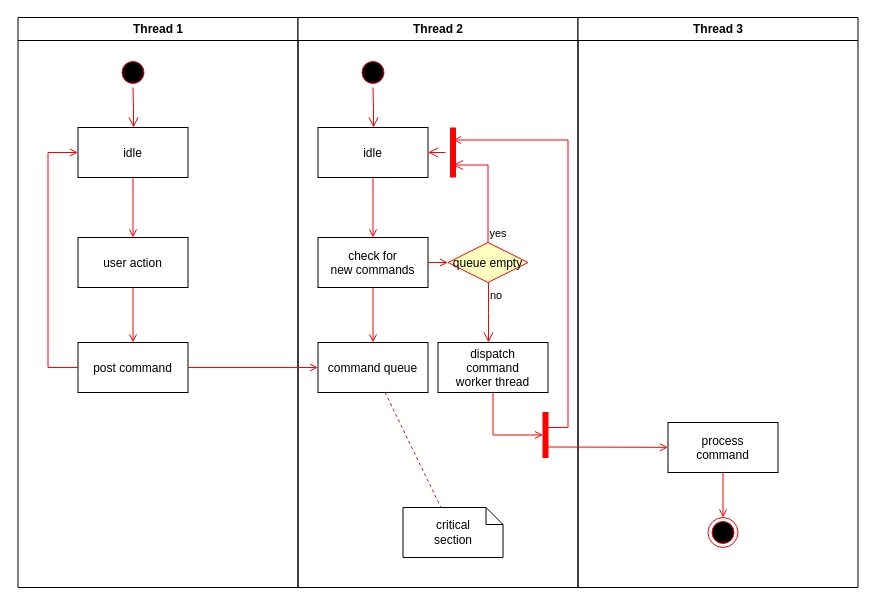
Before: 图表联动事件流程.drawio in hesiwei/diagrams, a draw.io diagram. Source tidied: cells renumbered, new cells numbered last; positions are measured from the earlier drawing's top-left corner, leaving out a move shared by most shapes. Both pictures are drawn from the tidied source at 100%, with x=0, y=0 at pixel (17, 17).
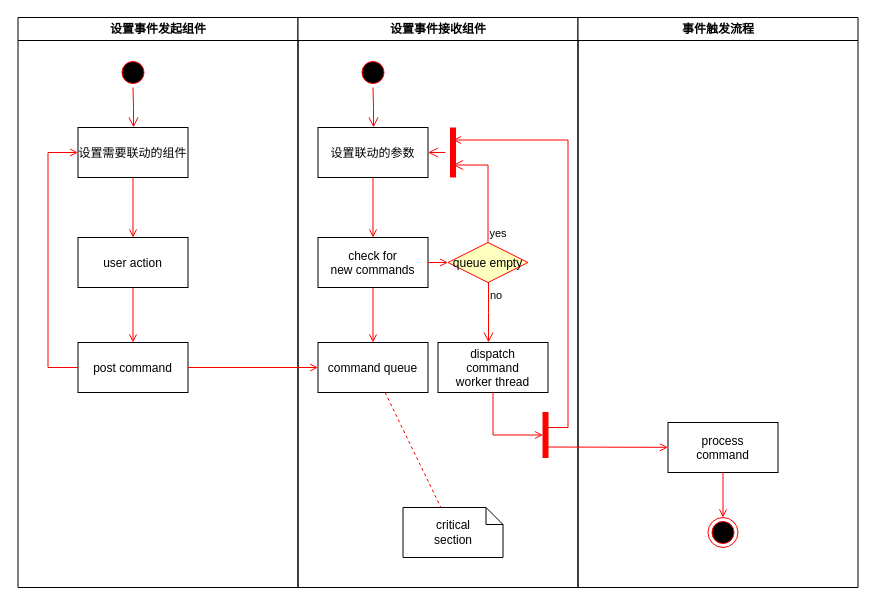
The same diagram, later.

Commit message:
Update 图表联动事件流程.drawio

Diff of the diagram source:
```diff
@@
-    <mxCell id="2" value="Thread 1" style="swimlane;whiteSpace=wrap;" parent="1" vertex="1">
+    <mxCell id="2" value="设置事件发起组件" style="swimlane;whiteSpace=wrap;" parent="1" vertex="1">
       <mxGeometry x="0.5" width="280" height="570" as="geometry" />
     </mxCell>
@@
-    <mxCell id="5" value="idle" parent="2" vertex="1">
+    <mxCell id="5" value="设置需要联动的组件" parent="2" vertex="1">
       <mxGeometry x="60" y="110" width="110" height="50" as="geometry" />
     </mxCell>
@@
-    <mxCell id="11" value="Thread 2" style="swimlane;whiteSpace=wrap;" parent="1" vertex="1">
+    <mxCell id="11" value="设置事件接收组件" style="swimlane;whiteSpace=wrap;" parent="1" vertex="1">
       <mxGeometry x="280.5" width="280" height="570" as="geometry" />
     </mxCell>
@@
-    <mxCell id="14" value="idle" parent="11" vertex="1">
+    <mxCell id="14" value="设置联动的参数" parent="11" vertex="1">
       <mxGeometry x="20" y="110" width="110" height="50" as="geometry" />
     </mxCell>
@@
-    <mxCell id="30" value="Thread 3" style="swimlane;whiteSpace=wrap;" parent="1" vertex="1">
+    <mxCell id="30" value="事件触发流程" style="swimlane;whiteSpace=wrap;startSize=23;" parent="1" vertex="1">
       <mxGeometry x="560.5" width="280" height="570" as="geometry" />
     </mxCell>
```
